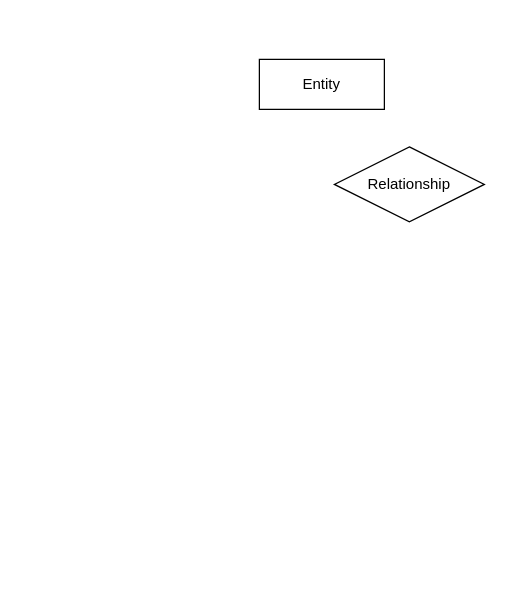
Earlier version of the draw.io diagram 数据库ER图.drawio (6Yolo6/GraduationDesign). Source tidied: cells renumbered, new cells numbered last; positions are measured from the earlier drawing's top-left corner, leaving out a move shared by most shapes. Both pictures are drawn from the tidied source at 125%, with x=0, y=0 at pixel (259, 59).
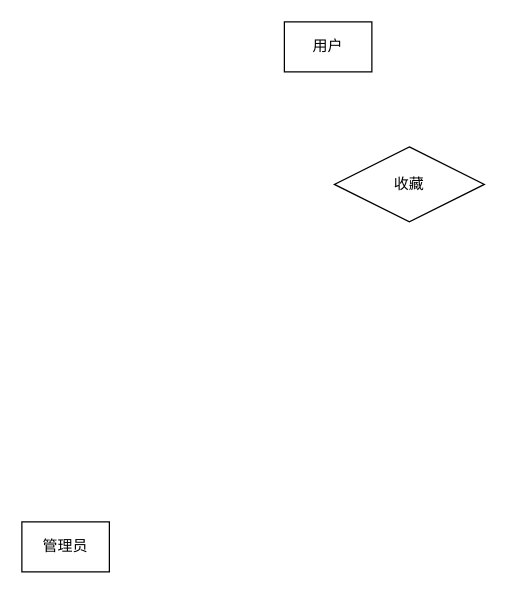
After the change.

Commit message:
更新数据库ER图.drawio

What changed in the source:
```diff
@@
 <mxGraphModel>
   <root>
     <mxCell id="0" />
     <mxCell id="1" parent="0" />
-    <mxCell id="2" value="Relationship" style="shape=rhombus;perimeter=rhombusPerimeter;whiteSpace=wrap;html=1;align=center;" parent="1" vertex="1">
+    <mxCell id="2" value="收藏" style="shape=rhombus;perimeter=rhombusPerimeter;whiteSpace=wrap;html=1;align=center;" parent="1" vertex="1">
       <mxGeometry x="60" y="70" width="120" height="60" as="geometry" />
     </mxCell>
-    <mxCell id="3" value="Entity" style="whiteSpace=wrap;html=1;align=center;" parent="1" vertex="1">
-      <mxGeometry width="100" height="40" as="geometry" />
+    <mxCell id="3" value="用户" style="whiteSpace=wrap;html=1;align=center;" parent="1" vertex="1">
+      <mxGeometry x="20" y="-30" width="70" height="40" as="geometry" />
     </mxCell>
+    <mxCell id="4" value="管理员" style="whiteSpace=wrap;html=1;align=center;" parent="1" vertex="1">
+      <mxGeometry x="-190" y="370" width="70" height="40" as="geometry" />
+    </mxCell>
   </root>
 </mxGraphModel>
```
